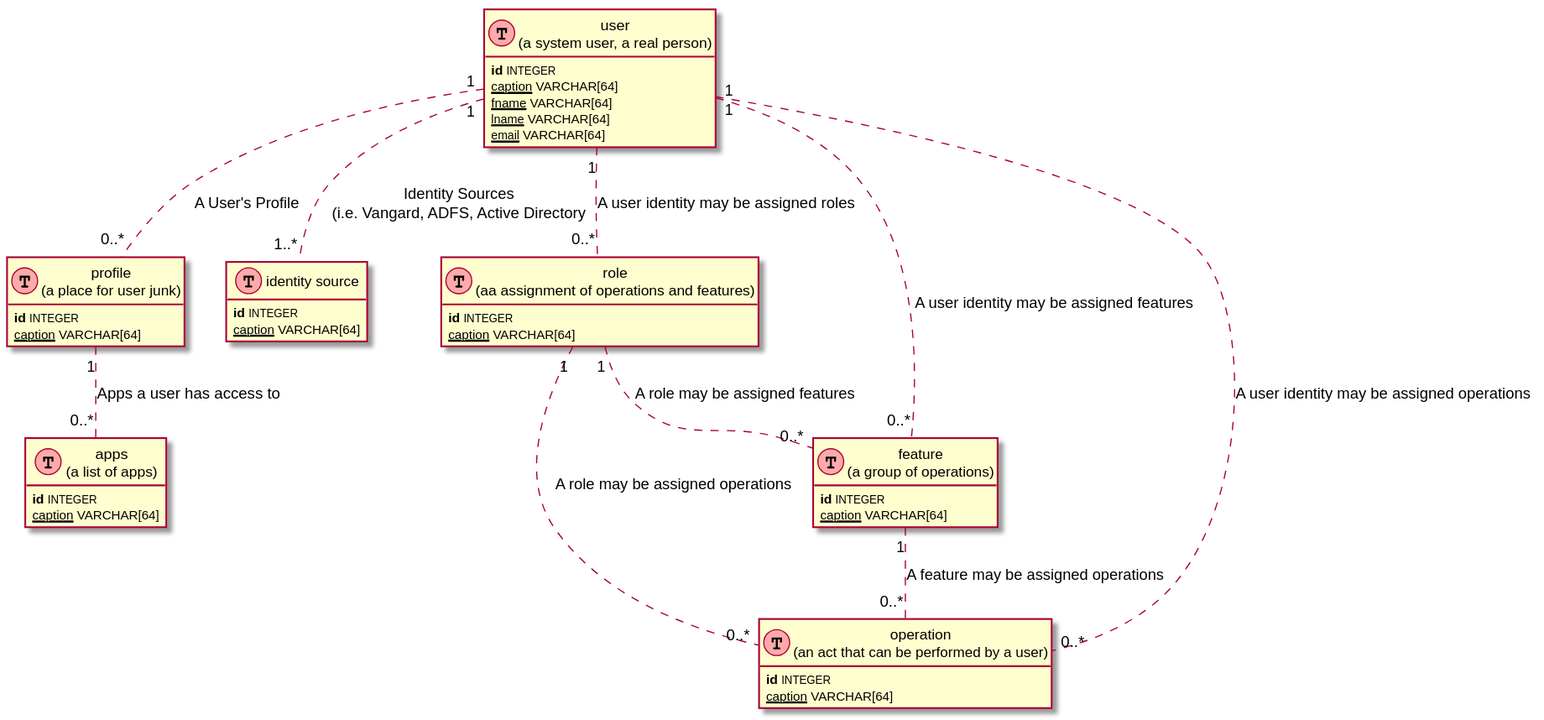
Above: src/content/docs/design/access_er.svg in petersgiles/silver-octo-architecture (PlantUML), before the change. Source of this version:
```plantuml
@startuml
skinparam handwritten false
skinparam actor {
    backgroundColor<<person>> LightSalmon
    borderColor<<person>> Black
}



hide methods
hide stereotypes



class user as "user\n(a system user, a real person)" << (T,#FFAAAA) >> {
    <b>id</b> INTEGER
    <u>caption</u> VARCHAR[64]
    <u>fname</u> VARCHAR[64]
    <u>lname</u> VARCHAR[64]
    <u>email</u> VARCHAR[64]
}

class profile as "profile\n(a place for user junk)" << (T,#FFAAAA) >> {
    <b>id</b> INTEGER
    <u>caption</u> VARCHAR[64]
}

class apps as "apps\n(a list of apps)" << (T,#FFAAAA) >> {
    <b>id</b> INTEGER
    <u>caption</u> VARCHAR[64]
}

class id_source as "identity source" << (T,#FFAAAA) >> {
    <b>id</b> INTEGER
    <u>caption</u> VARCHAR[64]
}

class role as "role\n(aa assignment of operations and features)" << (T,#FFAAAA) >> {
    <b>id</b> INTEGER
    <u>caption</u> VARCHAR[64]
}

class feature as "feature\n(a group of operations)" << (T,#FFAAAA) >> {
    <b>id</b> INTEGER
    <u>caption</u> VARCHAR[64]
}

class operation as "operation\n(an act that can be performed by a user)" << (T,#FFAAAA) >> {
    <b>id</b> INTEGER
    <u>caption</u> VARCHAR[64]
}



user "1" .. "0..*" profile : "A User's Profile"
profile "1" .. "0..*" apps : "Apps a user has access to"


user "1" .. "1..*" id_source : "Identity Sources\n(i.e. Vangard, ADFS, Active Directory"

user "1" .. "0..*" role : "A user identity may be assigned roles"
user "1" .. "0..*" feature : "A user identity may be assigned features"
user "1" .. "0..*" operation : "A user identity may be assigned operations"

role "1" .. "0..*" feature : "A role may be assigned features"
role "1" .. "0..*" operation : "A role may be assigned operations"

feature "1" .. "0..*" operation : "A feature may be assigned operations"

@enduml
```
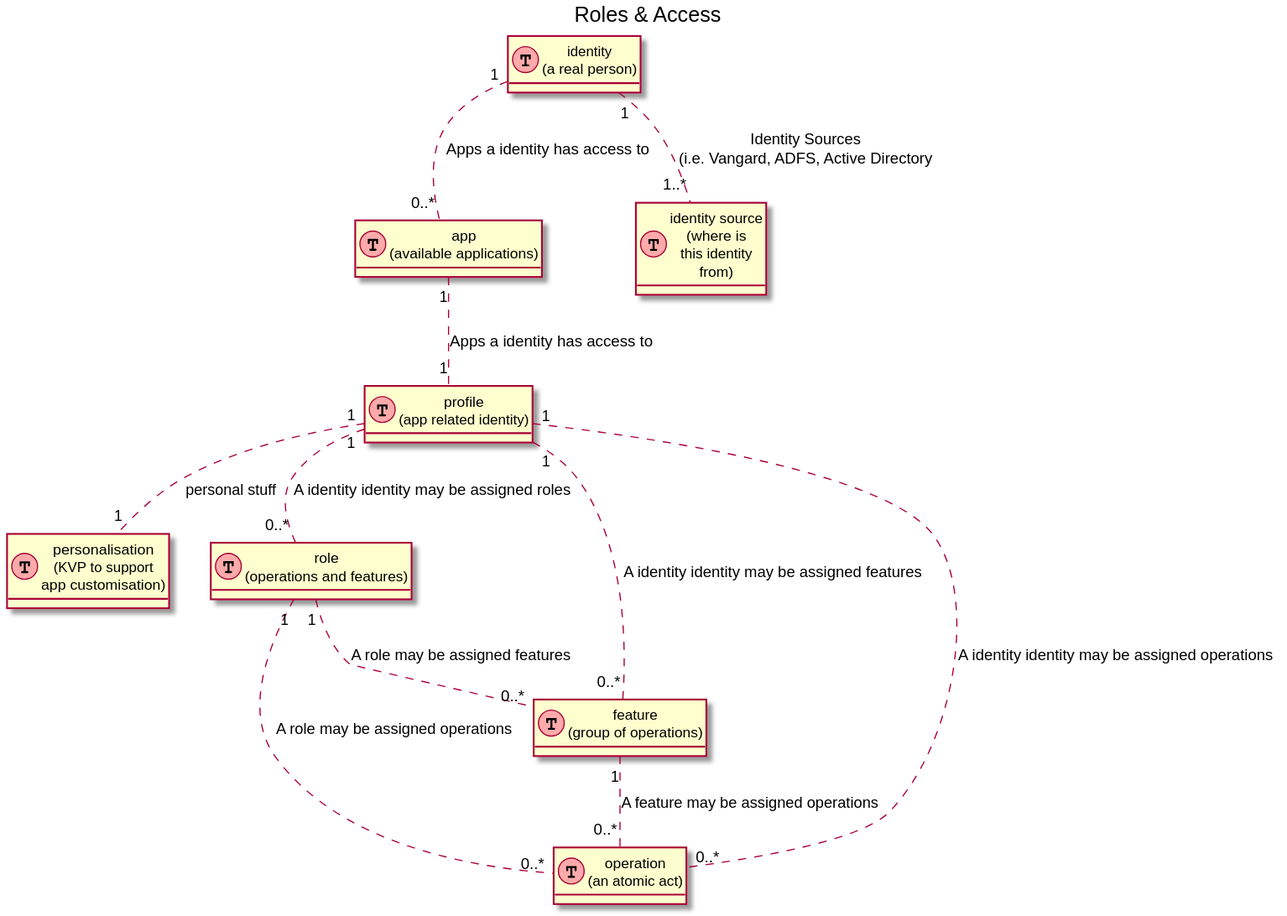
The same file after the commit.

Diff of the diagram source:
```diff
@@ -12,55 +12,45 @@
 
 
 
-class user as "user\n(a system user, a real person)" << (T,#FFAAAA) >> {
-    <b>id</b> INTEGER
-    <u>caption</u> VARCHAR[64]
-    <u>fname</u> VARCHAR[64]
-    <u>lname</u> VARCHAR[64]
-    <u>email</u> VARCHAR[64]
+title Roles & Access
+
+
+class identity as "identity\n(a real person)" << (T,#FFAAAA) >> {
 }
 
-class profile as "profile\n(a place for user junk)" << (T,#FFAAAA) >> {
-    <b>id</b> INTEGER
-    <u>caption</u> VARCHAR[64]
+class profile as "profile\n(app related identity)" << (T,#FFAAAA) >> {
 }
 
-class apps as "apps\n(a list of apps)" << (T,#FFAAAA) >> {
-    <b>id</b> INTEGER
-    <u>caption</u> VARCHAR[64]
+class personalisation as "personalisation\n(KVP to support\napp customisation)" << (T,#FFAAAA) >> {
 }
 
-class id_source as "identity source" << (T,#FFAAAA) >> {
-    <b>id</b> INTEGER
-    <u>caption</u> VARCHAR[64]
+class app as "app\n(available applications)" << (T,#FFAAAA) >> {
 }
 
-class role as "role\n(aa assignment of operations and features)" << (T,#FFAAAA) >> {
-    <b>id</b> INTEGER
-    <u>caption</u> VARCHAR[64]
+class id_source as "identity source\n(where is\nthis identity\nfrom)" << (T,#FFAAAA) >> {
 }
 
-class feature as "feature\n(a group of operations)" << (T,#FFAAAA) >> {
-    <b>id</b> INTEGER
-    <u>caption</u> VARCHAR[64]
+class role as "role\n(operations and features)" << (T,#FFAAAA) >> {
 }
 
-class operation as "operation\n(an act that can be performed by a user)" << (T,#FFAAAA) >> {
-    <b>id</b> INTEGER
-    <u>caption</u> VARCHAR[64]
+class feature as "feature\n(group of operations)" << (T,#FFAAAA) >> {
+}
+
+class operation as "operation\n(an atomic act)" << (T,#FFAAAA) >> {
 }
 
 
 
-user "1" .. "0..*" profile : "A User's Profile"
-profile "1" .. "0..*" apps : "Apps a user has access to"
+identity "1" .. "0..*" app : "Apps a identity has access to"
+identity "1" .. "1..*" id_source : "Identity Sources\n(i.e. Vangard, ADFS, Active Directory"
 
+app  "1" .. "1" profile : "Apps a identity has access to"
 
-user "1" .. "1..*" id_source : "Identity Sources\n(i.e. Vangard, ADFS, Active Directory"
+profile "1" .. "0..*" role : "A identity identity may be assigned roles"
+profile "1" .. "0..*" feature : "A identity identity may be assigned features"
+profile "1" .. "0..*" operation : "A identity identity may be assigned operations"
 
-user "1" .. "0..*" role : "A user identity may be assigned roles"
-user "1" .. "0..*" feature : "A user identity may be assigned features"
-user "1" .. "0..*" operation : "A user identity may be assigned operations"
+profile "1" .. "1" personalisation : "personal stuff"
 
 role "1" .. "0..*" feature : "A role may be assigned features"
 role "1" .. "0..*" operation : "A role may be assigned operations"
```
